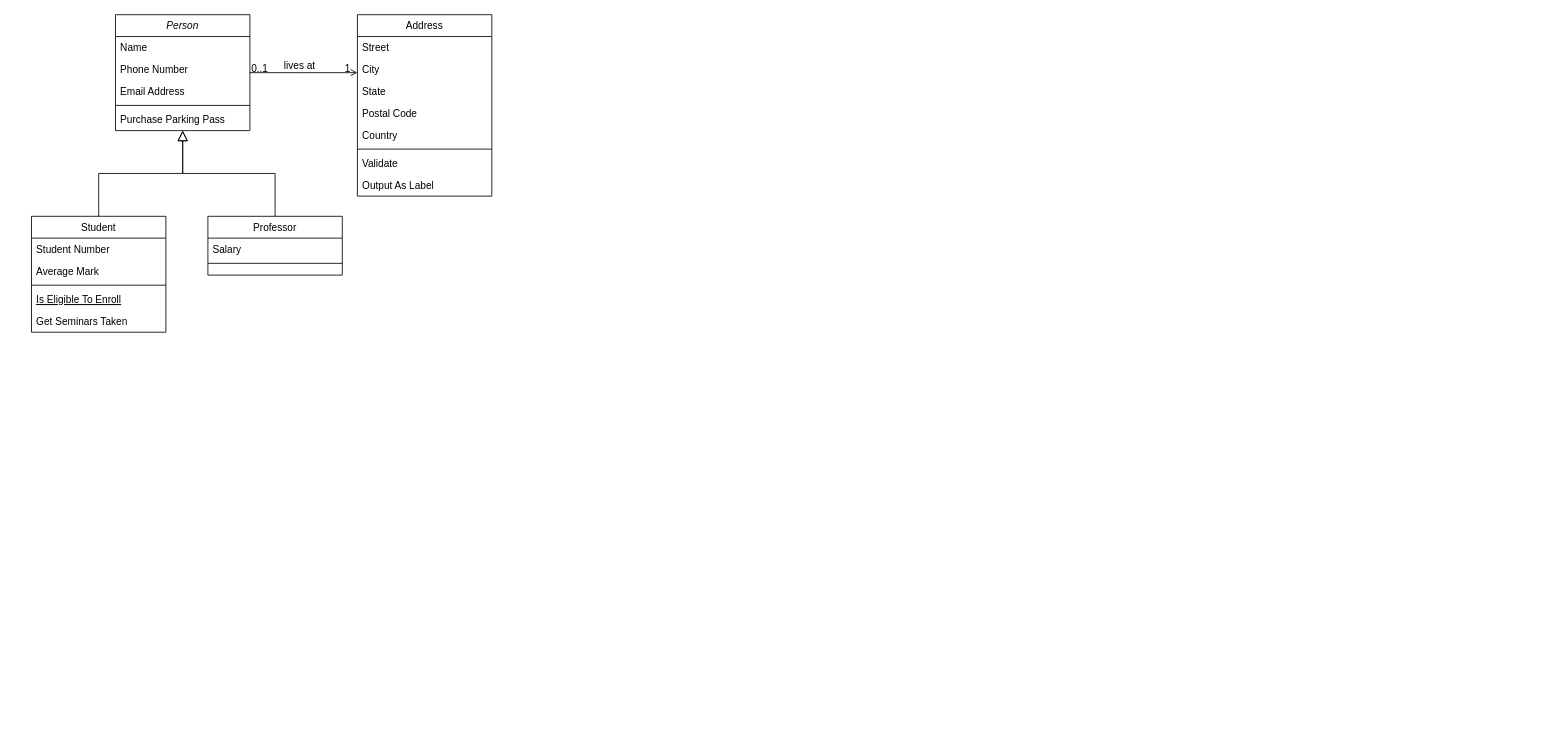
The draw.io diagram Diagrama sin título.drawio in fpoleri/Calcu-App, before the edit. Source tidied: cells renumbered, new cells numbered last; positions are measured from the earlier drawing's top-left corner, leaving out a move shared by most shapes. Both pictures are drawn from the tidied source at 84%, with x=0, y=0 at pixel (31, 14).
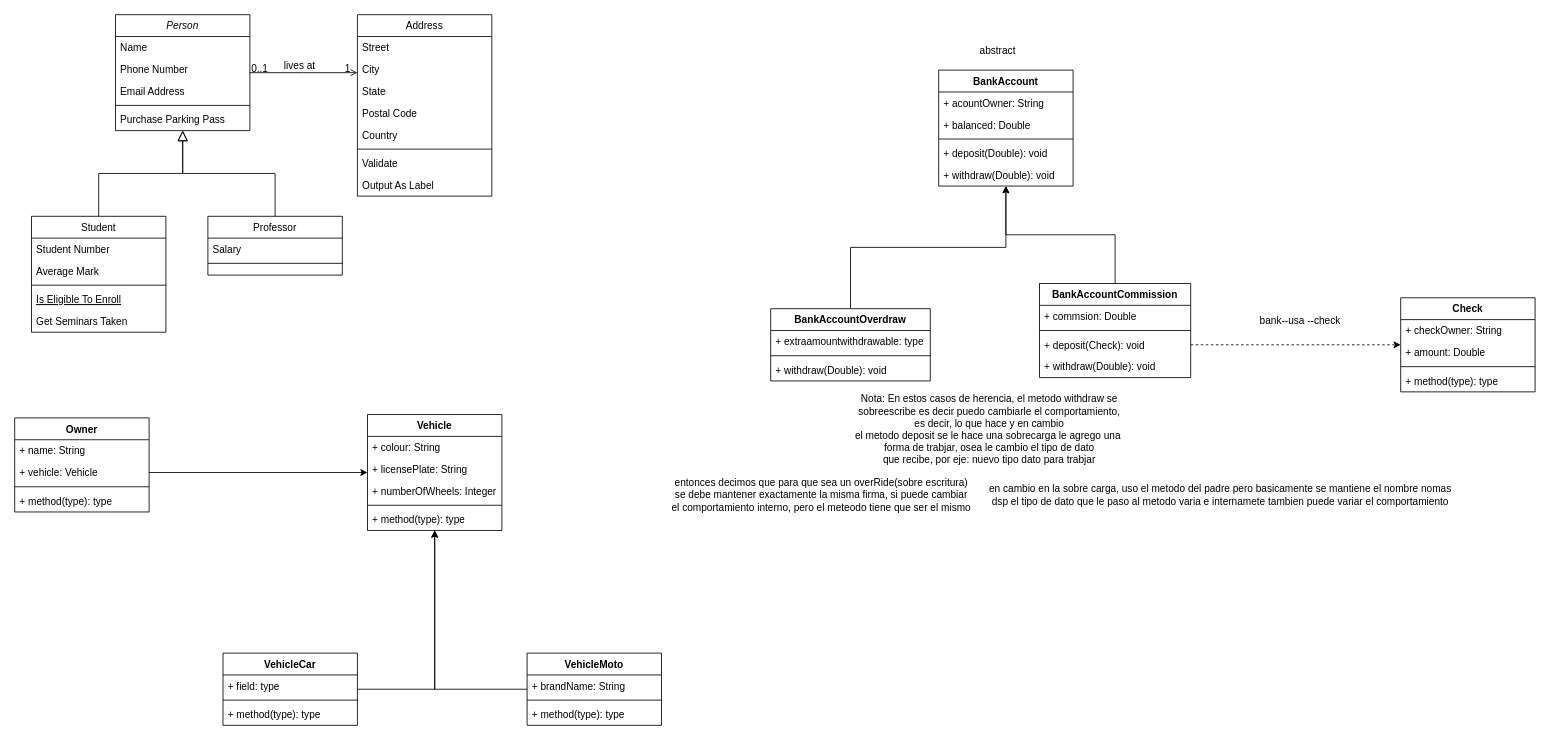
After the change.

What changed in the source:
```diff
@@
+    <mxCell id="32" value="Owner" style="swimlane;fontStyle=1;align=center;verticalAlign=top;horizontal=1;startSize=26;whiteSpace=wrap;html=1;" parent="1" vertex="1">
+      <mxGeometry x="-20" y="480" width="160" height="112" as="geometry" />
+    </mxCell>
+    <mxCell id="33" value="+ name: String" style="text;strokeColor=none;fillColor=none;align=left;verticalAlign=top;spacingLeft=4;spacingRight=4;overflow=hidden;whiteSpace=wrap;html=1;" parent="32" vertex="1">
+      <mxGeometry y="26" width="160" height="26" as="geometry" />
+    </mxCell>
+    <mxCell id="34" value="+ vehicle: Vehicle" style="text;strokeColor=none;fillColor=none;align=left;verticalAlign=top;spacingLeft=4;spacingRight=4;overflow=hidden;points=[[0,0.5],[1,0.5]];portConstraint=eastwest;whiteSpace=wrap;html=1;" parent="32" vertex="1">
+      <mxGeometry y="52" width="160" height="26" as="geometry" />
+    </mxCell>
+    <mxCell id="35" style="line;strokeWidth=1;fillColor=none;align=left;verticalAlign=middle;spacingTop=-1;spacingLeft=3;spacingRight=3;labelPosition=right;strokeColor=inherit;" parent="32" vertex="1">
+      <mxGeometry y="78" width="160" height="8" as="geometry" />
+    </mxCell>
+    <mxCell id="36" value="+ method(type): type" style="text;strokeColor=none;fillColor=none;align=left;verticalAlign=top;spacingLeft=4;spacingRight=4;overflow=hidden;whiteSpace=wrap;html=1;" parent="32" vertex="1">
+      <mxGeometry y="86" width="160" height="26" as="geometry" />
+    </mxCell>
+    <mxCell id="37" value="Vehicle" style="swimlane;fontStyle=1;align=center;verticalAlign=top;horizontal=1;startSize=26;whiteSpace=wrap;html=1;" parent="1" vertex="1">
+      <mxGeometry x="400" y="476" width="160" height="138" as="geometry" />
+    </mxCell>
+    <mxCell id="38" value="+ colour: String" style="text;strokeColor=none;fillColor=none;align=left;verticalAlign=top;spacingLeft=4;spacingRight=4;overflow=hidden;whiteSpace=wrap;html=1;" parent="37" vertex="1">
+      <mxGeometry y="26" width="160" height="26" as="geometry" />
+    </mxCell>
+    <mxCell id="39" value="+ licensePlate: String" style="text;strokeColor=none;fillColor=none;align=left;verticalAlign=top;spacingLeft=4;spacingRight=4;overflow=hidden;whiteSpace=wrap;html=1;" parent="37" vertex="1">
+      <mxGeometry y="52" width="160" height="26" as="geometry" />
+    </mxCell>
+    <mxCell id="40" value="+ numberOfWheels: Integer" style="text;strokeColor=none;fillColor=none;align=left;verticalAlign=top;spacingLeft=4;spacingRight=4;overflow=hidden;whiteSpace=wrap;html=1;" parent="37" vertex="1">
+      <mxGeometry y="78" width="160" height="26" as="geometry" />
+    </mxCell>
+    <mxCell id="41" style="line;strokeWidth=1;fillColor=none;align=left;verticalAlign=middle;spacingTop=-1;spacingLeft=3;spacingRight=3;labelPosition=right;strokeColor=inherit;" parent="37" vertex="1">
+      <mxGeometry y="104" width="160" height="8" as="geometry" />
+    </mxCell>
+    <mxCell id="42" value="+ method(type): type" style="text;strokeColor=none;fillColor=none;align=left;verticalAlign=top;spacingLeft=4;spacingRight=4;overflow=hidden;whiteSpace=wrap;html=1;" parent="37" vertex="1">
+      <mxGeometry y="112" width="160" height="26" as="geometry" />
+    </mxCell>
+    <mxCell id="43" style="edgeStyle=orthogonalEdgeStyle;rounded=0;jettySize=auto;html=1;" parent="1" edge="1" source="34" target="37">
+      <mxGeometry relative="1" as="geometry" />
+    </mxCell>
+    <mxCell id="44" style="edgeStyle=orthogonalEdgeStyle;rounded=0;jettySize=auto;html=1;" parent="1" edge="1" source="45" target="37">
+      <mxGeometry relative="1" as="geometry" />
+    </mxCell>
+    <mxCell id="45" value="VehicleCar" style="swimlane;fontStyle=1;align=center;verticalAlign=top;horizontal=1;startSize=26;whiteSpace=wrap;html=1;" parent="1" vertex="1">
+      <mxGeometry x="228" y="760" width="160" height="86" as="geometry" />
+    </mxCell>
+    <mxCell id="46" value="+ field: type" style="text;strokeColor=none;fillColor=none;align=left;verticalAlign=top;spacingLeft=4;spacingRight=4;overflow=hidden;whiteSpace=wrap;html=1;" parent="45" vertex="1">
+      <mxGeometry y="26" width="160" height="26" as="geometry" />
+    </mxCell>
+    <mxCell id="47" style="line;strokeWidth=1;fillColor=none;align=left;verticalAlign=middle;spacingTop=-1;spacingLeft=3;spacingRight=3;labelPosition=right;strokeColor=inherit;" parent="45" vertex="1">
+      <mxGeometry y="52" width="160" height="8" as="geometry" />
+    </mxCell>
+    <mxCell id="48" value="+ method(type): type" style="text;strokeColor=none;fillColor=none;align=left;verticalAlign=top;spacingLeft=4;spacingRight=4;overflow=hidden;whiteSpace=wrap;html=1;" parent="45" vertex="1">
+      <mxGeometry y="60" width="160" height="26" as="geometry" />
+    </mxCell>
+    <mxCell id="49" style="edgeStyle=orthogonalEdgeStyle;rounded=0;jettySize=auto;html=1;" parent="1" edge="1" source="50" target="37">
+      <mxGeometry relative="1" as="geometry" />
+    </mxCell>
+    <mxCell id="50" value="VehicleMoto" style="swimlane;fontStyle=1;align=center;verticalAlign=top;horizontal=1;startSize=26;whiteSpace=wrap;html=1;" parent="1" vertex="1">
+      <mxGeometry x="590" y="760" width="160" height="86" as="geometry" />
+    </mxCell>
+    <mxCell id="51" value="+ brandName: String" style="text;strokeColor=none;fillColor=none;align=left;verticalAlign=top;spacingLeft=4;spacingRight=4;overflow=hidden;whiteSpace=wrap;html=1;" parent="50" vertex="1">
+      <mxGeometry y="26" width="160" height="26" as="geometry" />
+    </mxCell>
+    <mxCell id="52" style="line;strokeWidth=1;fillColor=none;align=left;verticalAlign=middle;spacingTop=-1;spacingLeft=3;spacingRight=3;labelPosition=right;strokeColor=inherit;" parent="50" vertex="1">
+      <mxGeometry y="52" width="160" height="8" as="geometry" />
+    </mxCell>
+    <mxCell id="53" value="+ method(type): type" style="text;strokeColor=none;fillColor=none;align=left;verticalAlign=top;spacingLeft=4;spacingRight=4;overflow=hidden;whiteSpace=wrap;html=1;" parent="50" vertex="1">
+      <mxGeometry y="60" width="160" height="26" as="geometry" />
+    </mxCell>
+    <mxCell id="54" value="BankAccount" style="swimlane;fontStyle=1;align=center;verticalAlign=top;horizontal=1;startSize=26;whiteSpace=wrap;html=1;" parent="1" vertex="1">
+      <mxGeometry x="1080" y="66" width="160" height="138" as="geometry" />
+    </mxCell>
+    <mxCell id="55" value="+ acountOwner: String" style="text;strokeColor=none;fillColor=none;align=left;verticalAlign=top;spacingLeft=4;spacingRight=4;overflow=hidden;whiteSpace=wrap;html=1;" parent="54" vertex="1">
+      <mxGeometry y="26" width="160" height="26" as="geometry" />
+    </mxCell>
+    <mxCell id="56" value="+ balanced: Double" style="text;strokeColor=none;fillColor=none;align=left;verticalAlign=top;spacingLeft=4;spacingRight=4;overflow=hidden;whiteSpace=wrap;html=1;" parent="54" vertex="1">
+      <mxGeometry y="52" width="160" height="26" as="geometry" />
+    </mxCell>
+    <mxCell id="57" style="line;strokeWidth=1;fillColor=none;align=left;verticalAlign=middle;spacingTop=-1;spacingLeft=3;spacingRight=3;labelPosition=right;strokeColor=inherit;" parent="54" vertex="1">
+      <mxGeometry y="78" width="160" height="8" as="geometry" />
+    </mxCell>
+    <mxCell id="58" value="+ deposit(Double): void" style="text;strokeColor=none;fillColor=none;align=left;verticalAlign=top;spacingLeft=4;spacingRight=4;overflow=hidden;whiteSpace=wrap;html=1;" parent="54" vertex="1">
+      <mxGeometry y="86" width="160" height="26" as="geometry" />
+    </mxCell>
+    <mxCell id="59" value="+ withdraw(Double): void" style="text;strokeColor=none;fillColor=none;align=left;verticalAlign=top;spacingLeft=4;spacingRight=4;overflow=hidden;whiteSpace=wrap;html=1;" parent="54" vertex="1">
+      <mxGeometry y="112" width="160" height="26" as="geometry" />
+    </mxCell>
+    <mxCell id="60" style="edgeStyle=orthogonalEdgeStyle;rounded=0;jettySize=auto;html=1;exitX=0.5;exitY=0;exitDx=0;exitDy=0;" parent="1" edge="1" source="61" target="54">
+      <mxGeometry relative="1" as="geometry" />
+    </mxCell>
+    <mxCell id="61" value="BankAccountOverdraw" style="swimlane;fontStyle=1;align=center;verticalAlign=top;horizontal=1;startSize=26;whiteSpace=wrap;html=1;" parent="1" vertex="1">
+      <mxGeometry x="880" y="350" width="190" height="86" as="geometry" />
+    </mxCell>
+    <mxCell id="62" value="+ extraamountwithdrawable: type" style="text;strokeColor=none;fillColor=none;align=left;verticalAlign=top;spacingLeft=4;spacingRight=4;overflow=hidden;whiteSpace=wrap;html=1;" parent="61" vertex="1">
+      <mxGeometry y="26" width="190" height="26" as="geometry" />
+    </mxCell>
+    <mxCell id="63" style="line;strokeWidth=1;fillColor=none;align=left;verticalAlign=middle;spacingTop=-1;spacingLeft=3;spacingRight=3;labelPosition=right;strokeColor=inherit;" parent="61" vertex="1">
+      <mxGeometry y="52" width="190" height="8" as="geometry" />
+    </mxCell>
+    <mxCell id="64" value="+ withdraw(Double): void" style="text;strokeColor=none;fillColor=none;align=left;verticalAlign=top;spacingLeft=4;spacingRight=4;overflow=hidden;whiteSpace=wrap;html=1;" parent="61" vertex="1">
+      <mxGeometry y="60" width="190" height="26" as="geometry" />
+    </mxCell>
+    <mxCell id="65" style="edgeStyle=orthogonalEdgeStyle;rounded=0;jettySize=auto;html=1;" parent="1" edge="1" source="66" target="54">
+      <mxGeometry relative="1" as="geometry" />
+    </mxCell>
+    <mxCell id="66" value="BankAccountCommission" style="swimlane;fontStyle=1;align=center;verticalAlign=top;horizontal=1;startSize=26;whiteSpace=wrap;html=1;" parent="1" vertex="1">
+      <mxGeometry x="1200" y="320" width="180" height="112" as="geometry" />
+    </mxCell>
+    <mxCell id="67" value="+ commsion: Double" style="text;strokeColor=none;fillColor=none;align=left;verticalAlign=top;spacingLeft=4;spacingRight=4;overflow=hidden;whiteSpace=wrap;html=1;" parent="66" vertex="1">
+      <mxGeometry y="26" width="180" height="26" as="geometry" />
+    </mxCell>
+    <mxCell id="68" style="line;strokeWidth=1;fillColor=none;align=left;verticalAlign=middle;spacingTop=-1;spacingLeft=3;spacingRight=3;labelPosition=right;strokeColor=inherit;" parent="66" vertex="1">
+      <mxGeometry y="52" width="180" height="8" as="geometry" />
+    </mxCell>
+    <mxCell id="69" value="+ deposit(Check): void" style="text;strokeColor=none;fillColor=none;align=left;verticalAlign=top;spacingLeft=4;spacingRight=4;overflow=hidden;points=[[0,0.5],[1,0.5]];portConstraint=eastwest;whiteSpace=wrap;html=1;" parent="66" vertex="1">
+      <mxGeometry y="60" width="180" height="26" as="geometry" />
+    </mxCell>
+    <mxCell id="70" value="+ withdraw(Double): void" style="text;strokeColor=none;fillColor=none;align=left;verticalAlign=top;spacingLeft=4;spacingRight=4;overflow=hidden;whiteSpace=wrap;html=1;" parent="66" vertex="1">
+      <mxGeometry y="86" width="180" height="26" as="geometry" />
+    </mxCell>
+    <mxCell id="71" value="Check" style="swimlane;fontStyle=1;align=center;verticalAlign=top;horizontal=1;startSize=26;whiteSpace=wrap;html=1;" parent="1" vertex="1">
+      <mxGeometry x="1630" y="337" width="160" height="112" as="geometry" />
+    </mxCell>
+    <mxCell id="72" value="+ checkOwner: String" style="text;strokeColor=none;fillColor=none;align=left;verticalAlign=top;spacingLeft=4;spacingRight=4;overflow=hidden;whiteSpace=wrap;html=1;" parent="71" vertex="1">
+      <mxGeometry y="26" width="160" height="26" as="geometry" />
+    </mxCell>
+    <mxCell id="73" value="+ amount: Double" style="text;strokeColor=none;fillColor=none;align=left;verticalAlign=top;spacingLeft=4;spacingRight=4;overflow=hidden;whiteSpace=wrap;html=1;" parent="71" vertex="1">
+      <mxGeometry y="52" width="160" height="26" as="geometry" />
+    </mxCell>
+    <mxCell id="74" style="line;strokeWidth=1;fillColor=none;align=left;verticalAlign=middle;spacingTop=-1;spacingLeft=3;spacingRight=3;labelPosition=right;strokeColor=inherit;" parent="71" vertex="1">
+      <mxGeometry y="78" width="160" height="8" as="geometry" />
+    </mxCell>
+    <mxCell id="75" value="+ method(type): type" style="text;strokeColor=none;fillColor=none;align=left;verticalAlign=top;spacingLeft=4;spacingRight=4;overflow=hidden;whiteSpace=wrap;html=1;" parent="71" vertex="1">
+      <mxGeometry y="86" width="160" height="26" as="geometry" />
+    </mxCell>
+    <mxCell id="76" style="edgeStyle=orthogonalEdgeStyle;rounded=0;jettySize=auto;html=1;exitX=1;exitY=0.5;exitDx=0;exitDy=0;dashed=1;" parent="1" edge="1" source="69" target="71">
+      <mxGeometry relative="1" as="geometry" />
+    </mxCell>
+    <mxCell id="77" value="bank--usa --check" style="text;html=1;align=center;verticalAlign=middle;strokeColor=none;fillColor=none;" parent="1" vertex="1">
+      <mxGeometry x="1450" y="350" width="120" height="30" as="geometry" />
+    </mxCell>
+    <mxCell id="78" value="abstract" style="text;html=1;align=center;verticalAlign=middle;strokeColor=none;fillColor=none;" parent="1" vertex="1">
+      <mxGeometry x="1115" y="28" width="70" height="30" as="geometry" />
+    </mxCell>
+    <mxCell id="79" value="Nota: En estos casos de herencia, el metodo withdraw se&lt;div&gt;sobreescribe es decir puedo cambiarle el comportamiento,&lt;/div&gt;&lt;div&gt;&amp;nbsp;es decir, lo que hace&amp;nbsp;&lt;span style=&quot;background-color: initial;&quot;&gt;y en cambio&amp;nbsp;&lt;/span&gt;&lt;/div&gt;&lt;div&gt;&lt;span style=&quot;background-color: initial;&quot;&gt;el metodo deposit&amp;nbsp;&lt;/span&gt;&lt;span style=&quot;background-color: initial;&quot;&gt;se le hace una&amp;nbsp;&lt;/span&gt;&lt;span style=&quot;background-color: initial;&quot;&gt;sobrecarga le agrego una&amp;nbsp;&lt;/span&gt;&lt;/div&gt;&lt;div&gt;&lt;span style=&quot;background-color: initial;&quot;&gt;forma de trabjar, osea le cambio el tipo de dato&lt;/span&gt;&lt;/div&gt;&lt;div&gt;&lt;span style=&quot;background-color: initial;&quot;&gt;que recibe, por eje:&lt;/span&gt;&lt;span style=&quot;background-color: initial;&quot;&gt;&amp;nbsp;nuevo tipo dato para trabjar&lt;/span&gt;&lt;/div&gt;" style="text;html=1;align=center;verticalAlign=middle;strokeColor=none;fillColor=none;" parent="1" vertex="1">
+      <mxGeometry x="970" y="444" width="340" height="100" as="geometry" />
+    </mxCell>
+    <mxCell id="80" value="entonces decimos que para que sea un overRide(sobre escritura)&lt;div&gt;se debe mantener exactamente la misma firma, si puede cambiar&lt;/div&gt;&lt;div&gt;el comportamiento interno, pero el meteodo tiene que ser el mismo&lt;/div&gt;&lt;div&gt;&lt;br&gt;&lt;/div&gt;" style="text;html=1;align=center;verticalAlign=middle;strokeColor=none;fillColor=none;" parent="1" vertex="1">
+      <mxGeometry x="750" y="544" width="380" height="70" as="geometry" />
+    </mxCell>
+    <mxCell id="81" value="en cambio en la sobre carga, uso el metodo del padre pero basicamente se mantiene el nombre nomas&lt;div&gt;dsp el tipo de dato que le paso al metodo varia e internamete tambien puede variar el comportamiento&lt;/div&gt;" style="text;html=1;align=center;verticalAlign=middle;strokeColor=none;fillColor=none;" parent="1" vertex="1">
+      <mxGeometry x="1130" y="552" width="570" height="40" as="geometry" />
+    </mxCell>
```
